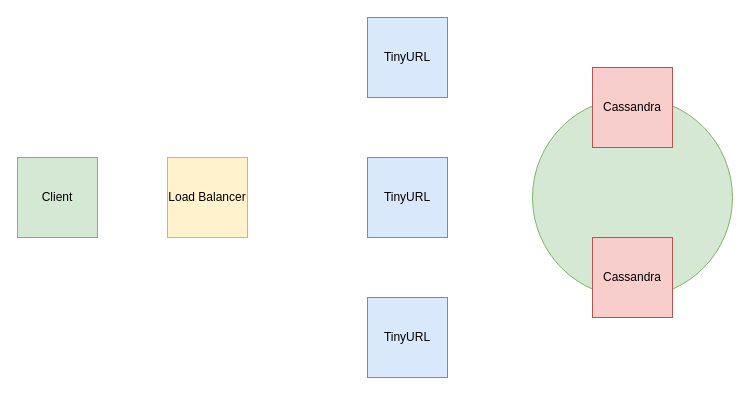
The draw.io diagram Untitled Diagram.drawio in hariprathap-hp/tinyURL, before the edit. Source tidied: cells renumbered, new cells numbered last; positions are measured from the earlier drawing's top-left corner, leaving out a move shared by most shapes. Both pictures are drawn from the tidied source at 100%, with x=0, y=0 at pixel (17, 17).
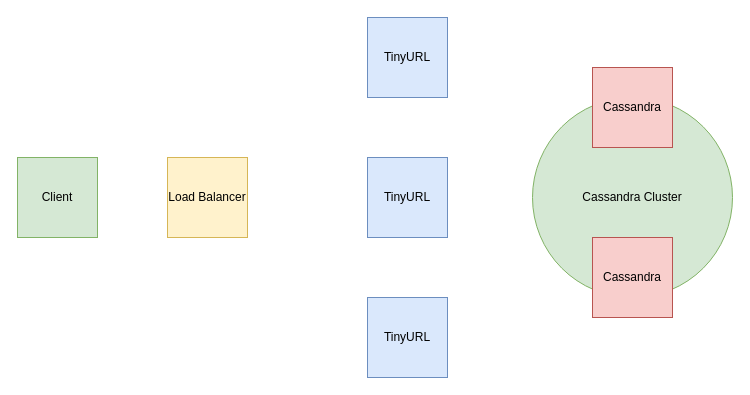
The same page after the edit.

What changed in the source:
```diff
@@
 <mxGraphModel>
   <root>
     <mxCell id="0" />
     <mxCell id="1" parent="0" />
     <mxCell id="2" value="Load Balancer" style="whiteSpace=wrap;html=1;fillColor=#fff2cc;strokeColor=#d6b656;" parent="1" vertex="1">
       <mxGeometry x="150" y="140" width="80" height="80" as="geometry" />
     </mxCell>
     <mxCell id="3" value="TinyURL" style="whiteSpace=wrap;html=1;fillColor=#dae8fc;strokeColor=#6c8ebf;" parent="1" vertex="1">
       <mxGeometry x="350" width="80" height="80" as="geometry" />
     </mxCell>
     <mxCell id="4" value="TinyURL" style="whiteSpace=wrap;html=1;fillColor=#dae8fc;strokeColor=#6c8ebf;" parent="1" vertex="1">
       <mxGeometry x="350" y="140" width="80" height="80" as="geometry" />
     </mxCell>
     <mxCell id="5" value="TinyURL" style="whiteSpace=wrap;html=1;fillColor=#dae8fc;strokeColor=#6c8ebf;" parent="1" vertex="1">
       <mxGeometry x="350" y="280" width="80" height="80" as="geometry" />
     </mxCell>
     <mxCell id="6" value="Client" style="whiteSpace=wrap;html=1;fillColor=#d5e8d4;strokeColor=#82b366;" parent="1" vertex="1">
       <mxGeometry y="140" width="80" height="80" as="geometry" />
     </mxCell>
-    <mxCell id="7" style="ellipse;whiteSpace=wrap;html=1;fillColor=#d5e8d4;strokeColor=#82b366;" parent="1" vertex="1">
+    <mxCell id="7" value="Cassandra Cluster" style="ellipse;whiteSpace=wrap;html=1;fillColor=#d5e8d4;strokeColor=#82b366;" parent="1" vertex="1">
       <mxGeometry x="515" y="80" width="200" height="200" as="geometry" />
     </mxCell>
     <mxCell id="8" value="Cassandra" style="whiteSpace=wrap;html=1;fillColor=#f8cecc;strokeColor=#b85450;" parent="1" vertex="1">
       <mxGeometry x="575" y="50" width="80" height="80" as="geometry" />
     </mxCell>
     <mxCell id="9" value="Cassandra" style="whiteSpace=wrap;html=1;fillColor=#f8cecc;strokeColor=#b85450;" parent="1" vertex="1">
       <mxGeometry x="575" y="220" width="80" height="80" as="geometry" />
     </mxCell>
   </root>
 </mxGraphModel>
```
